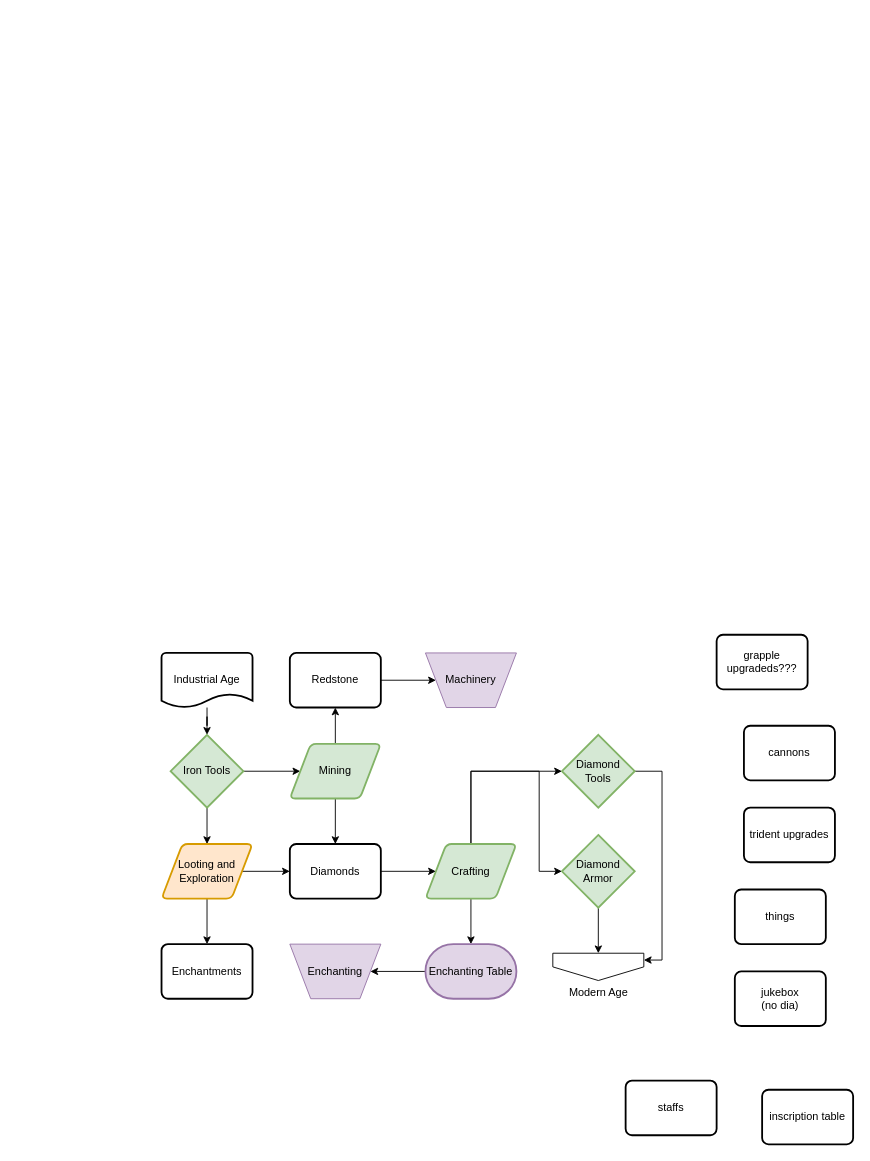
This is page "Industrial Age" (5 of 7) of flowcharts/progression.drawio from MeepishRealms/Cog, a draw.io file, before an edit. Source tidied: cells renumbered, new cells numbered last; positions are measured from the earlier drawing's top-left corner, leaving out a move shared by most shapes. Both pictures are drawn from the tidied source at 91%, with x=0, y=0 at pixel (161, 634).
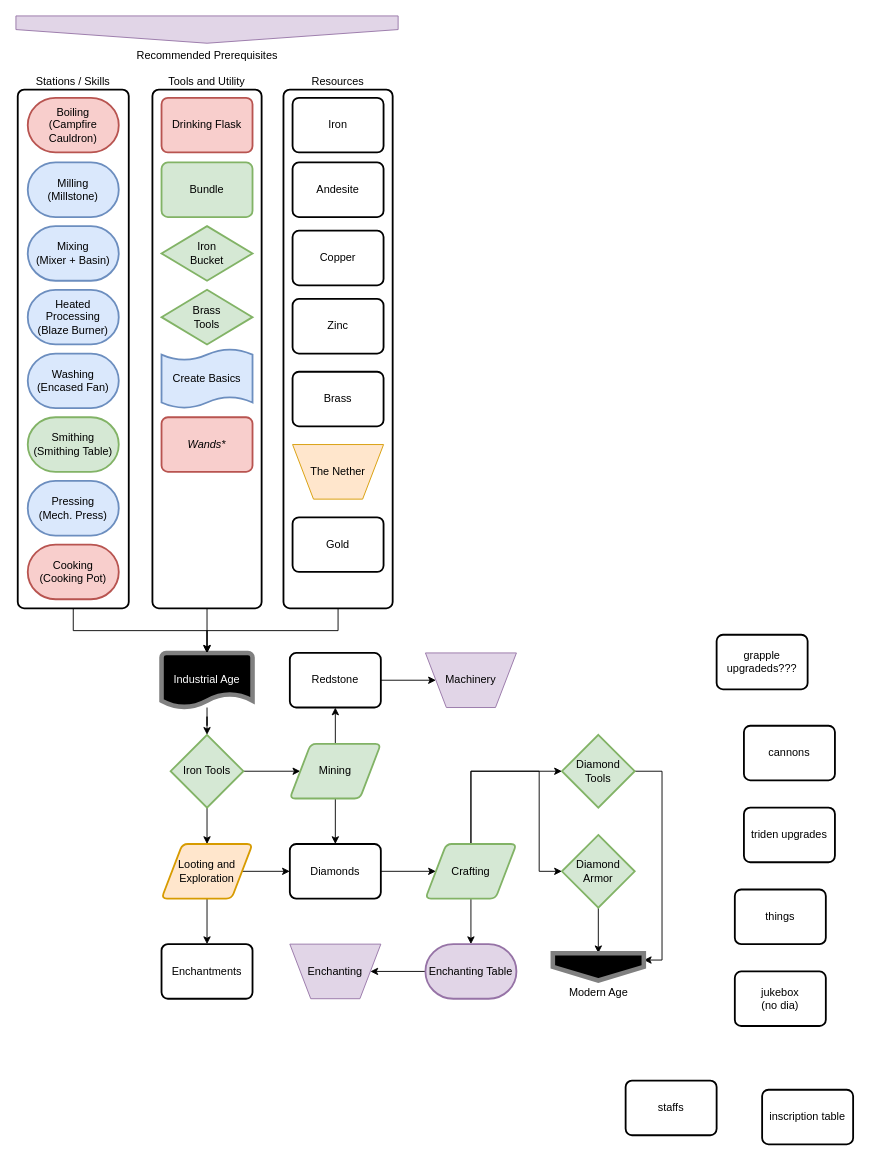
Above is the later version.

Commit message (it also covers changes not shown here):
Move Nether; Add Prerequesites

Diff of the diagram source:
```diff
@@
-    <mxCell id="3" value="Industrial Age" style="strokeWidth=2;html=1;shape=mxgraph.flowchart.document2;whiteSpace=wrap;size=0.25;" parent="1" vertex="1">
+    <mxCell id="3" value="Industrial Age" style="strokeWidth=5;html=1;shape=mxgraph.flowchart.document2;whiteSpace=wrap;size=0.25;fillColor=#000000;strokeColor=#808080;fontColor=#FFFFFF;" parent="1" vertex="1">
       <mxGeometry y="20" width="100" height="60" as="geometry" />
     </mxCell>
@@
-    <mxCell id="19" value="Modern Age" style="verticalLabelPosition=bottom;verticalAlign=top;html=1;shape=offPageConnector;rounded=0;size=0.5;" parent="1" vertex="1">
+    <mxCell id="19" value="Modern Age" style="verticalLabelPosition=bottom;verticalAlign=top;html=1;shape=offPageConnector;rounded=0;size=0.5;fillColor=#000000;strokeColor=#808080;strokeWidth=5;" parent="1" vertex="1">
       <mxGeometry x="430" y="350" width="100" height="30" as="geometry" />
     </mxCell>
@@
-    <mxCell id="33" value="trident upgrades" style="rounded=1;whiteSpace=wrap;html=1;absoluteArcSize=1;arcSize=14;strokeWidth=2;" parent="1" vertex="1">
+    <mxCell id="33" value="triden upgrades" style="rounded=1;whiteSpace=wrap;html=1;absoluteArcSize=1;arcSize=14;strokeWidth=2;" parent="1" vertex="1">
       <mxGeometry x="640" y="190" width="100" height="60" as="geometry" />
     </mxCell>
@@
+    <mxCell id="38" value="Recommended Prerequisites" style="verticalLabelPosition=bottom;verticalAlign=top;html=1;shape=offPageConnector;rounded=0;size=0.5;fillColor=#e1d5e7;strokeColor=#9673a6;" parent="1" vertex="1">
+      <mxGeometry x="-160" y="-680" width="420" height="30" as="geometry" />
+    </mxCell>
+    <mxCell id="39" style="edgeStyle=orthogonalEdgeStyle;rounded=0;jettySize=auto;html=1;exitX=0.5;exitY=1;exitDx=0;exitDy=0;" parent="1" edge="1" source="40" target="3">
+      <mxGeometry relative="1" as="geometry" />
+    </mxCell>
+    <mxCell id="40" value="Tools and Utility" style="rounded=1;whiteSpace=wrap;html=1;absoluteArcSize=1;arcSize=14;strokeWidth=2;labelPosition=center;verticalLabelPosition=top;align=center;verticalAlign=bottom;" parent="1" vertex="1">
+      <mxGeometry x="-10" y="-599" width="120" height="570" as="geometry" />
+    </mxCell>
+    <mxCell id="41" style="edgeStyle=orthogonalEdgeStyle;rounded=0;jettySize=auto;html=1;exitX=0.5;exitY=1;exitDx=0;exitDy=0;" parent="1" edge="1" source="42" target="3">
+      <mxGeometry relative="1" as="geometry" />
+    </mxCell>
+    <mxCell id="42" value="Stations / Skills" style="rounded=1;whiteSpace=wrap;html=1;absoluteArcSize=1;arcSize=14;strokeWidth=2;labelPosition=center;verticalLabelPosition=top;align=center;verticalAlign=bottom;" parent="1" vertex="1">
+      <mxGeometry x="-158" y="-599" width="122" height="570" as="geometry" />
+    </mxCell>
+    <mxCell id="43" style="edgeStyle=orthogonalEdgeStyle;rounded=0;jettySize=auto;html=1;exitX=0.5;exitY=1;exitDx=0;exitDy=0;" parent="1" edge="1" source="44" target="3">
+      <mxGeometry relative="1" as="geometry" />
+    </mxCell>
+    <mxCell id="44" value="Resources" style="rounded=1;whiteSpace=wrap;html=1;absoluteArcSize=1;arcSize=14;strokeWidth=2;labelPosition=center;verticalLabelPosition=top;align=center;verticalAlign=bottom;" parent="1" vertex="1">
+      <mxGeometry x="134" y="-599" width="120" height="570" as="geometry" />
+    </mxCell>
+    <mxCell id="45" value="Washing&lt;br&gt;(Encased Fan)" style="strokeWidth=2;html=1;shape=mxgraph.flowchart.terminator;whiteSpace=wrap;fillColor=#dae8fc;strokeColor=#6c8ebf;" parent="1" vertex="1">
+      <mxGeometry x="-147" y="-309" width="100" height="60" as="geometry" />
+    </mxCell>
+    <mxCell id="46" value="Milling&lt;br&gt;(Millstone)" style="strokeWidth=2;html=1;shape=mxgraph.flowchart.terminator;whiteSpace=wrap;fillColor=#dae8fc;strokeColor=#6c8ebf;" parent="1" vertex="1">
+      <mxGeometry x="-147" y="-519" width="100" height="60" as="geometry" />
+    </mxCell>
+    <mxCell id="47" value="Mixing&lt;br&gt;(Mixer + Basin)" style="strokeWidth=2;html=1;shape=mxgraph.flowchart.terminator;whiteSpace=wrap;fillColor=#dae8fc;strokeColor=#6c8ebf;" parent="1" vertex="1">
+      <mxGeometry x="-147" y="-449" width="100" height="60" as="geometry" />
+    </mxCell>
+    <mxCell id="48" value="&lt;i&gt;Wands*&lt;/i&gt;" style="rounded=1;whiteSpace=wrap;html=1;absoluteArcSize=1;arcSize=14;strokeWidth=2;fillColor=#f8cecc;strokeColor=#b85450;" parent="1" vertex="1">
+      <mxGeometry y="-239" width="100" height="60" as="geometry" />
+    </mxCell>
+    <mxCell id="49" value="Drinking Flask" style="rounded=1;whiteSpace=wrap;html=1;absoluteArcSize=1;arcSize=14;strokeWidth=2;fillColor=#f8cecc;strokeColor=#b85450;" parent="1" vertex="1">
+      <mxGeometry y="-590" width="100" height="60" as="geometry" />
+    </mxCell>
+    <mxCell id="50" value="Cooking&lt;br&gt;(Cooking Pot)" style="strokeWidth=2;html=1;shape=mxgraph.flowchart.terminator;whiteSpace=wrap;fillColor=#f8cecc;strokeColor=#b85450;" parent="1" vertex="1">
+      <mxGeometry x="-147" y="-99" width="100" height="60" as="geometry" />
+    </mxCell>
+    <mxCell id="51" value="Smithing&lt;br&gt;(Smithing Table)" style="strokeWidth=2;html=1;shape=mxgraph.flowchart.terminator;whiteSpace=wrap;fillColor=#d5e8d4;strokeColor=#82b366;" parent="1" vertex="1">
+      <mxGeometry x="-147" y="-239" width="100" height="60" as="geometry" />
+    </mxCell>
+    <mxCell id="52" value="Pressing&lt;br&gt;(Mech. Press)" style="strokeWidth=2;html=1;shape=mxgraph.flowchart.terminator;whiteSpace=wrap;fillColor=#dae8fc;strokeColor=#6c8ebf;" parent="1" vertex="1">
+      <mxGeometry x="-147" y="-169" width="100" height="60" as="geometry" />
+    </mxCell>
+    <mxCell id="53" value="Boiling&lt;br&gt;(Campfire Cauldron)" style="strokeWidth=2;html=1;shape=mxgraph.flowchart.terminator;whiteSpace=wrap;fillColor=#f8cecc;strokeColor=#b85450;" parent="1" vertex="1">
+      <mxGeometry x="-147" y="-590" width="100" height="60" as="geometry" />
+    </mxCell>
+    <mxCell id="54" value="Bundle" style="rounded=1;whiteSpace=wrap;html=1;absoluteArcSize=1;arcSize=14;strokeWidth=2;fillColor=#d5e8d4;strokeColor=#82b366;" parent="1" vertex="1">
+      <mxGeometry y="-519" width="100" height="60" as="geometry" />
+    </mxCell>
+    <mxCell id="55" value="Heated Processing&lt;br&gt;(Blaze Burner)" style="strokeWidth=2;html=1;shape=mxgraph.flowchart.terminator;whiteSpace=wrap;fillColor=#dae8fc;strokeColor=#6c8ebf;" parent="1" vertex="1">
+      <mxGeometry x="-147" y="-379" width="100" height="60" as="geometry" />
+    </mxCell>
+    <mxCell id="56" value="Iron&lt;br&gt;Bucket" style="strokeWidth=2;html=1;shape=mxgraph.flowchart.decision;whiteSpace=wrap;fillColor=#d5e8d4;strokeColor=#82b366;" parent="1" vertex="1">
+      <mxGeometry y="-449" width="100" height="60" as="geometry" />
+    </mxCell>
+    <mxCell id="57" value="Brass&lt;br&gt;Tools" style="strokeWidth=2;html=1;shape=mxgraph.flowchart.decision;whiteSpace=wrap;fillColor=#d5e8d4;strokeColor=#82b366;" parent="1" vertex="1">
+      <mxGeometry y="-379" width="100" height="60" as="geometry" />
+    </mxCell>
+    <mxCell id="58" value="Iron" style="rounded=1;whiteSpace=wrap;html=1;absoluteArcSize=1;arcSize=14;strokeWidth=2;" parent="1" vertex="1">
+      <mxGeometry x="144" y="-590" width="100" height="60" as="geometry" />
+    </mxCell>
+    <mxCell id="59" value="Gold" style="rounded=1;whiteSpace=wrap;html=1;absoluteArcSize=1;arcSize=14;strokeWidth=2;" parent="1" vertex="1">
+      <mxGeometry x="144" y="-129" width="100" height="60" as="geometry" />
+    </mxCell>
+    <mxCell id="60" value="Copper" style="rounded=1;whiteSpace=wrap;html=1;absoluteArcSize=1;arcSize=14;strokeWidth=2;" parent="1" vertex="1">
+      <mxGeometry x="144" y="-444" width="100" height="60" as="geometry" />
+    </mxCell>
+    <mxCell id="61" value="Andesite" style="rounded=1;whiteSpace=wrap;html=1;absoluteArcSize=1;arcSize=14;strokeWidth=2;" parent="1" vertex="1">
+      <mxGeometry x="144" y="-519" width="100" height="60" as="geometry" />
+    </mxCell>
+    <mxCell id="62" value="Zinc" style="rounded=1;whiteSpace=wrap;html=1;absoluteArcSize=1;arcSize=14;strokeWidth=2;" parent="1" vertex="1">
+      <mxGeometry x="144" y="-369" width="100" height="60" as="geometry" />
+    </mxCell>
+    <mxCell id="63" value="Brass" style="rounded=1;whiteSpace=wrap;html=1;absoluteArcSize=1;arcSize=14;strokeWidth=2;" parent="1" vertex="1">
+      <mxGeometry x="144" y="-289" width="100" height="60" as="geometry" />
+    </mxCell>
+    <mxCell id="64" value="The Nether" style="verticalLabelPosition=middle;verticalAlign=middle;html=1;shape=trapezoid;perimeter=trapezoidPerimeter;whiteSpace=wrap;size=0.23;arcSize=10;flipV=1;labelPosition=center;align=center;fillColor=#ffe6cc;strokeColor=#d79b00;" parent="1" vertex="1">
+      <mxGeometry x="144" y="-209" width="100" height="60" as="geometry" />
+    </mxCell>
+    <mxCell id="65" value="Create Basics" style="shape=tape;whiteSpace=wrap;html=1;strokeWidth=2;size=0.19;fillColor=#dae8fc;strokeColor=#6c8ebf;" parent="1" vertex="1">
+      <mxGeometry y="-314" width="100" height="65" as="geometry" />
+    </mxCell>
```
